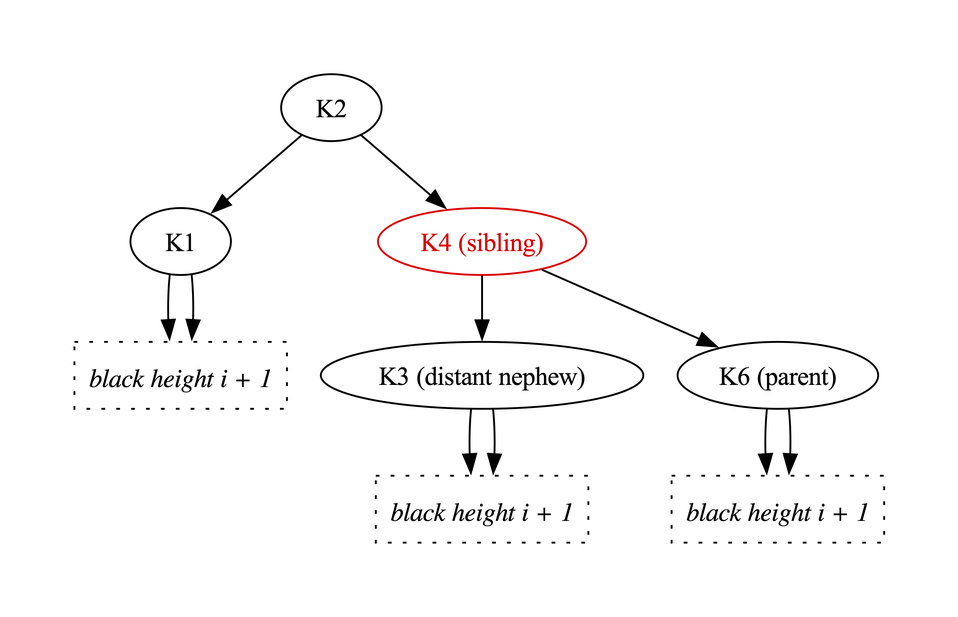
Before: Fw/DataStructures/docs/diagrams/removeBlackLeafNode/red-sibling-3.png, a diagram exported from Graphviz (nasa/fprime). Its source is kept beside it as Fw/DataStructures/docs/diagrams/removeBlackLeafNode/red-sibling-3.dot.
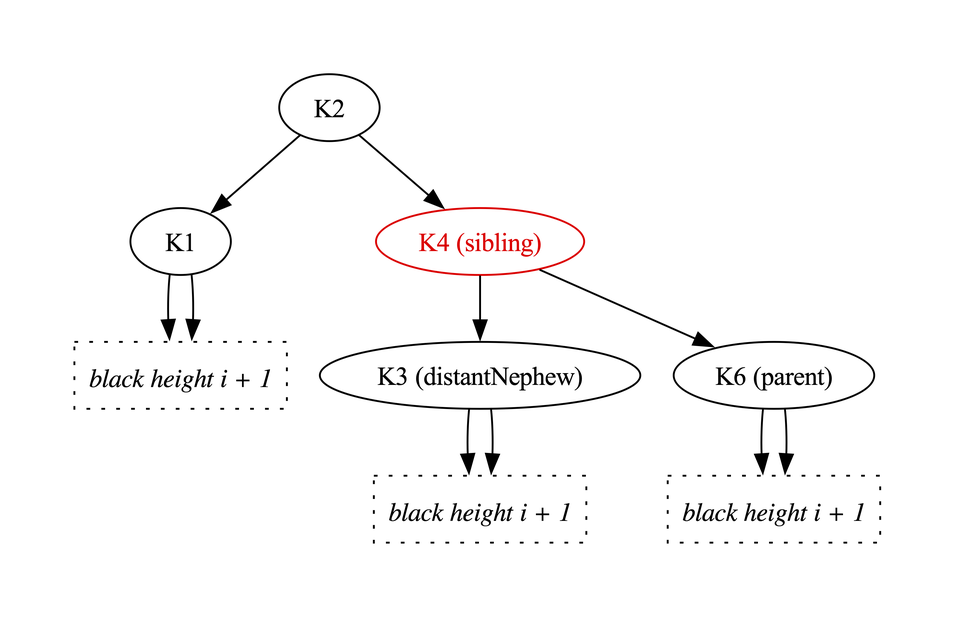
Later version of the same file.

What changed in the source:
```diff
@@ -16,7 +16,7 @@
 
   K1 [label="K1"]
   K2 [label="K2"]
-  K3 [label="K3 (distant nephew)"]
+  K3 [label="K3 (distantNephew)"]
   K4 [label="K4 (sibling)",color="red",fontcolor="red"]
   K6 [label="K6 (parent)"]
 
```
